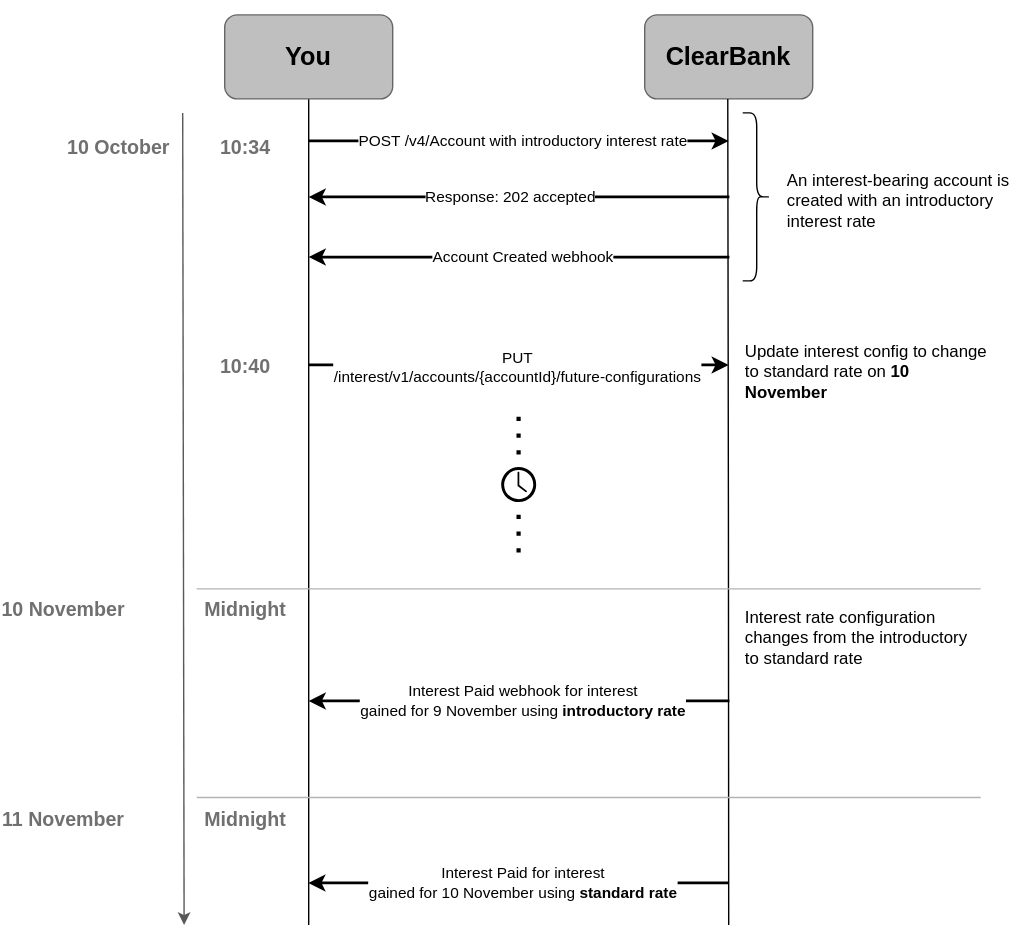
Earlier version of the draw.io export static/assets/images/savings-account-introductory-rate.svg (clearbank/clearbank.github.io). Source tidied: cells renumbered, new cells last; positions are measured from the earlier drawing's top-left corner, leaving out a move shared by most shapes.
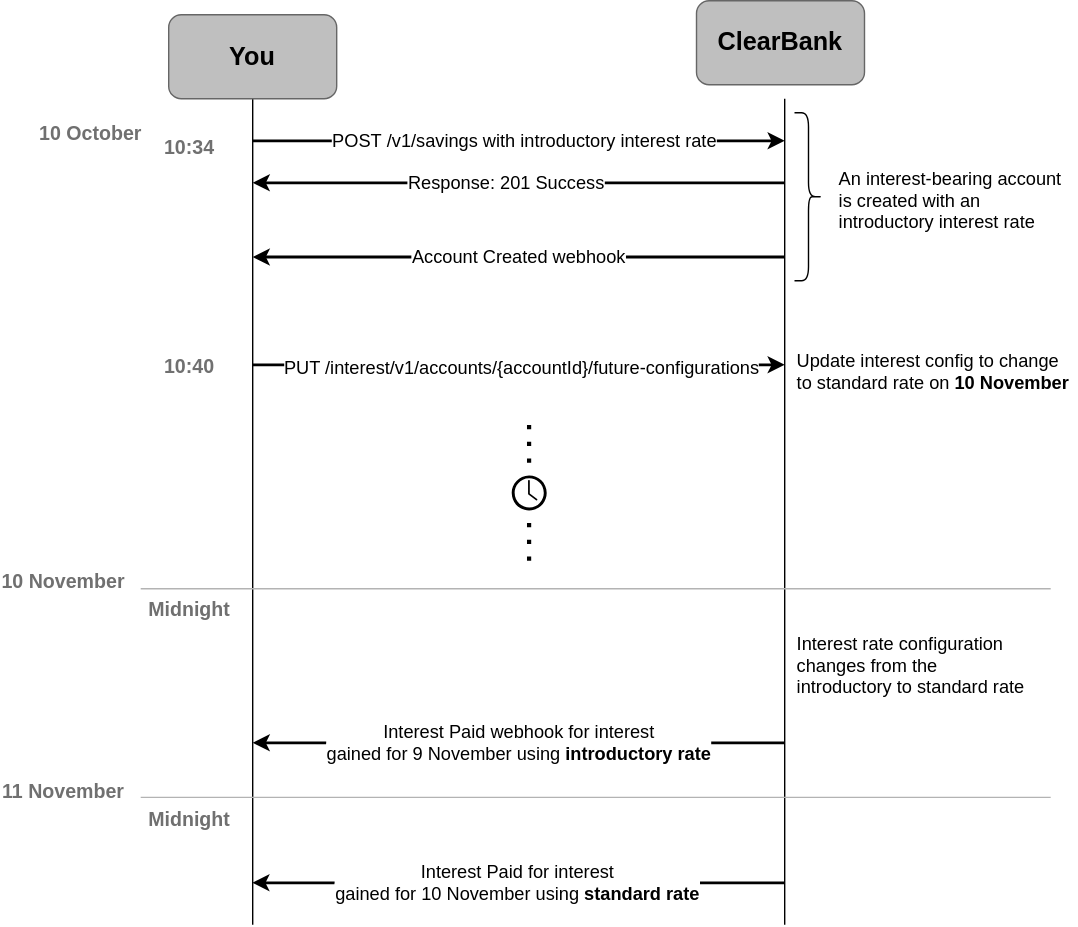
The same file after the commit.

Change to the diagram source:
```diff
@@ -2,154 +2,148 @@
   <root>
     <mxCell id="0" />
     <mxCell id="1" parent="0" />
-    <mxCell id="2" style="endArrow=classic;html=1;rounded=0;fontColor=#999999;strokeColor=#595959;" parent="1" edge="1">
-      <mxGeometry relative="1" as="geometry">
-        <mxPoint x="130" y="80" as="sourcePoint" />
-        <mxPoint x="131" y="660" as="targetPoint" />
-      </mxGeometry>
-    </mxCell>
     <mxCell id="3" value="ClearBank" style="rounded=1;whiteSpace=wrap;html=1;strokeColor=#666666;fillColor=#BFBFBF;gradientColor=none;fontFamily=Arial;fontStyle=1;fontSize=18;" parent="1" vertex="1">
-      <mxGeometry x="460" y="10" width="120" height="60" as="geometry" />
+      <mxGeometry x="506" width="120" height="60" as="geometry" />
     </mxCell>
     <mxCell id="4" style="endArrow=classic;html=1;rounded=0;strokeWidth=2;fontFamily=Arial;" parent="1" edge="1">
       <mxGeometry relative="1" as="geometry">
-        <mxPoint x="520.5" y="183" as="sourcePoint" />
-        <mxPoint x="220" y="183" as="targetPoint" />
+        <mxPoint x="569" y="183" as="sourcePoint" />
+        <mxPoint x="189" y="183" as="targetPoint" />
       </mxGeometry>
     </mxCell>
-    <mxCell id="5" value="&lt;div&gt;&lt;span style=&quot;background-color: light-dark(#ffffff, var(--ge-dark-color, #121212)); color: light-dark(rgb(0, 0, 0), rgb(255, 255, 255));&quot;&gt;Account Created webhook&lt;/span&gt;&lt;/div&gt;" style="edgeLabel;html=1;align=center;verticalAlign=middle;fontFamily=Arial;" parent="4" vertex="1">
+    <mxCell id="5" value="&lt;div style=&quot;font-size: 13px;&quot;&gt;&lt;span style=&quot;background-color: light-dark(#ffffff, var(--ge-dark-color, #121212)); color: light-dark(rgb(0, 0, 0), rgb(255, 255, 255)); font-size: 13px;&quot;&gt;Account Created webhook&lt;/span&gt;&lt;/div&gt;" style="edgeLabel;html=1;align=center;verticalAlign=middle;fontFamily=Arial;fontSize=13;" parent="4" vertex="1">
       <mxGeometry x="0.09" y="-1" relative="1" as="geometry">
         <mxPoint x="15" as="offset" />
       </mxGeometry>
     </mxCell>
     <mxCell id="6" style="edgeStyle=orthogonalEdgeStyle;rounded=0;orthogonalLoop=1;jettySize=auto;html=1;endArrow=none;endFill=0;fontFamily=Arial;" parent="1" edge="1">
       <mxGeometry relative="1" as="geometry">
-        <mxPoint x="519.3" y="70" as="sourcePoint" />
-        <mxPoint x="520" y="660" as="targetPoint" />
+        <mxPoint x="569" y="70" as="sourcePoint" />
+        <mxPoint x="569" y="660" as="targetPoint" />
       </mxGeometry>
     </mxCell>
     <mxCell id="7" style="edgeStyle=orthogonalEdgeStyle;rounded=0;jettySize=auto;html=1;endArrow=none;endFill=0;fontFamily=Arial;" parent="1" edge="1" source="8">
       <mxGeometry relative="1" as="geometry">
-        <mxPoint x="220" y="660" as="targetPoint" />
+        <mxPoint x="189" y="660" as="targetPoint" />
       </mxGeometry>
     </mxCell>
     <mxCell id="8" value="You" style="rounded=1;whiteSpace=wrap;html=1;strokeColor=#666666;fillColor=#BFBFBF;gradientColor=none;fontFamily=Arial;fontStyle=1;fontSize=18;" parent="1" vertex="1">
-      <mxGeometry x="160" y="10" width="120" height="60" as="geometry" />
+      <mxGeometry x="129" y="10" width="120" height="60" as="geometry" />
     </mxCell>
     <mxCell id="9" style="rounded=0;whiteSpace=wrap;html=1;strokeColor=none;fillColor=none;fontFamily=Arial;" parent="1" vertex="1">
-      <mxGeometry x="310" width="120" height="10" as="geometry" />
+      <mxGeometry x="279" width="120" height="10" as="geometry" />
     </mxCell>
     <mxCell id="10" style="endArrow=classic;html=1;rounded=0;strokeWidth=2;fontFamily=Arial;" parent="1" edge="1">
       <mxGeometry relative="1" as="geometry">
-        <mxPoint x="220" y="100" as="sourcePoint" />
-        <mxPoint x="520" y="100" as="targetPoint" />
+        <mxPoint x="189" y="100" as="sourcePoint" />
+        <mxPoint x="569" y="100" as="targetPoint" />
       </mxGeometry>
     </mxCell>
-    <mxCell id="11" value="&lt;span style=&quot;font-family: Arial;&quot;&gt;POST&amp;nbsp;&lt;/span&gt;&lt;span style=&quot;font-family: Arial;&quot;&gt;/v4/Account&amp;nbsp;&lt;/span&gt;&lt;span style=&quot;font-family: Arial;&quot;&gt;with introductory interest rate&lt;/span&gt;" style="edgeLabel;html=1;align=center;verticalAlign=middle;" parent="10" vertex="1">
+    <mxCell id="11" value="&lt;span style=&quot;font-family: Arial; font-size: 13px;&quot;&gt;POST&amp;nbsp;&lt;/span&gt;&lt;span style=&quot;font-family: Arial; font-size: 13px;&quot;&gt;/v1/savings&amp;nbsp;&lt;/span&gt;&lt;span style=&quot;font-family: Arial; font-size: 13px;&quot;&gt;with introductory interest rate&lt;/span&gt;" style="edgeLabel;html=1;align=center;verticalAlign=middle;fontSize=13;" parent="10" vertex="1">
       <mxGeometry x="0.02" y="1" relative="1" as="geometry" />
     </mxCell>
     <mxCell id="12" style="endArrow=classic;html=1;rounded=0;strokeWidth=2;fontFamily=Arial;" parent="1" edge="1">
       <mxGeometry relative="1" as="geometry">
-        <mxPoint x="520.5" y="140" as="sourcePoint" />
-        <mxPoint x="220" y="140" as="targetPoint" />
+        <mxPoint x="569" y="130" as="sourcePoint" />
+        <mxPoint x="189" y="130" as="targetPoint" />
       </mxGeometry>
     </mxCell>
-    <mxCell id="13" value="Response: 202 accepted" style="edgeLabel;html=1;align=center;verticalAlign=middle;fontFamily=Arial;" parent="12" vertex="1">
+    <mxCell id="13" value="Response: 201 Success" style="edgeLabel;html=1;align=center;verticalAlign=middle;fontFamily=Arial;fontSize=13;" parent="12" vertex="1">
       <mxGeometry x="0.09" y="-1" relative="1" as="geometry">
         <mxPoint x="6" as="offset" />
       </mxGeometry>
     </mxCell>
     <mxCell id="14" style="endArrow=classic;html=1;rounded=0;strokeWidth=2;fontFamily=Arial;" parent="1" edge="1">
       <mxGeometry relative="1" as="geometry">
-        <mxPoint x="220" y="260" as="sourcePoint" />
-        <mxPoint x="520" y="260" as="targetPoint" />
+        <mxPoint x="189" y="260" as="sourcePoint" />
+        <mxPoint x="569" y="260" as="targetPoint" />
       </mxGeometry>
     </mxCell>
-    <mxCell id="15" value="PUT&lt;div style=&quot;font-size: 11px;&quot;&gt;/interest/v1/accounts/{accountId}/future-configurations&lt;/div&gt;" style="edgeLabel;html=1;align=center;verticalAlign=middle;fontFamily=Arial;fontSize=11;" parent="14" vertex="1">
+    <mxCell id="15" value="PUT /interest/v1/accounts/{accountId}/future-configurations" style="edgeLabel;html=1;align=center;verticalAlign=middle;fontFamily=Arial;fontSize=13;" parent="14" vertex="1">
       <mxGeometry x="0.09" y="-1" relative="1" as="geometry">
         <mxPoint x="-15" as="offset" />
       </mxGeometry>
     </mxCell>
     <mxCell id="16" value="10 October" style="text;html=1;align=center;verticalAlign=middle;whiteSpace=wrap;rounded=0;fontStyle=1;fontColor=#707070;fontSize=14;" parent="1" vertex="1">
-      <mxGeometry x="40" y="90" width="89" height="30" as="geometry" />
+      <mxGeometry x="29" y="80" width="89" height="30" as="geometry" />
     </mxCell>
     <mxCell id="17" value="10:34" style="text;html=1;align=center;verticalAlign=middle;whiteSpace=wrap;rounded=0;fontStyle=1;fontColor=#707070;fontSize=14;" parent="1" vertex="1">
-      <mxGeometry x="140" y="90" width="70" height="30" as="geometry" />
+      <mxGeometry x="109" y="90" width="70" height="30" as="geometry" />
     </mxCell>
     <mxCell id="18" value="10:40" style="text;html=1;align=center;verticalAlign=middle;whiteSpace=wrap;rounded=0;fontStyle=1;fontColor=#707070;fontSize=14;" parent="1" vertex="1">
-      <mxGeometry x="140" y="246" width="70" height="30" as="geometry" />
+      <mxGeometry x="109" y="246" width="70" height="30" as="geometry" />
     </mxCell>
     <mxCell id="19" style="sketch=0;shadow=0;dashed=0;html=1;strokeColor=none;fillColor=#000000;labelPosition=center;verticalLabelPosition=bottom;verticalAlign=top;align=center;shape=mxgraph.office.concepts.clock;strokeWidth=0;" parent="1" vertex="1">
-      <mxGeometry x="357.5" y="333" width="25" height="25" as="geometry" />
+      <mxGeometry x="374" y="339" width="25" height="25" as="geometry" />
     </mxCell>
     <mxCell id="20" style="endArrow=none;dashed=1;html=1;dashPattern=1 3;strokeWidth=3;rounded=0;fontSize=11;" parent="1" edge="1">
       <mxGeometry relative="1" as="geometry">
-        <mxPoint x="369.9" y="394" as="sourcePoint" />
-        <mxPoint x="369.9" y="364" as="targetPoint" />
+        <mxPoint x="386.4" y="400" as="sourcePoint" />
+        <mxPoint x="386.4" y="370" as="targetPoint" />
       </mxGeometry>
     </mxCell>
     <mxCell id="21" style="endArrow=none;dashed=1;html=1;dashPattern=1 3;strokeWidth=3;rounded=0;fontSize=11;" parent="1" edge="1">
       <mxGeometry relative="1" as="geometry">
-        <mxPoint x="369.9" y="324" as="sourcePoint" />
-        <mxPoint x="369.9" y="294" as="targetPoint" />
+        <mxPoint x="386.4" y="330" as="sourcePoint" />
+        <mxPoint x="386.4" y="300" as="targetPoint" />
       </mxGeometry>
     </mxCell>
     <mxCell id="22" value="10 November" style="text;html=1;align=center;verticalAlign=middle;whiteSpace=wrap;rounded=0;fontStyle=1;fontColor=#707070;fontSize=14;" parent="1" vertex="1">
-      <mxGeometry y="420" width="90" height="30" as="geometry" />
+      <mxGeometry x="9" y="400" width="90" height="30" as="geometry" />
     </mxCell>
     <mxCell id="23" value="Midnight" style="text;html=1;align=center;verticalAlign=middle;whiteSpace=wrap;rounded=0;fontStyle=1;fontColor=#707070;fontSize=14;" parent="1" vertex="1">
-      <mxGeometry x="140" y="420" width="70" height="30" as="geometry" />
+      <mxGeometry x="109" y="420" width="70" height="30" as="geometry" />
     </mxCell>
-    <mxCell id="24" value="An interest-bearing account is created with an introductory interest rate" style="text;html=1;align=left;verticalAlign=middle;whiteSpace=wrap;rounded=0;" parent="1" vertex="1">
-      <mxGeometry x="560" y="103" width="170" height="80" as="geometry" />
+    <mxCell id="24" value="An interest-bearing account is created with an introductory interest rate" style="text;html=1;align=left;verticalAlign=middle;whiteSpace=wrap;rounded=0;fontSize=13;" parent="1" vertex="1">
+      <mxGeometry x="606" y="103" width="170" height="80" as="geometry" />
     </mxCell>
-    <mxCell id="25" value="Update interest config to change to standard rate on &lt;b&gt;10 November&lt;/b&gt;" style="text;html=1;align=left;verticalAlign=middle;whiteSpace=wrap;rounded=0;" parent="1" vertex="1">
-      <mxGeometry x="530" y="250" width="180" height="30" as="geometry" />
+    <mxCell id="25" value="Update interest config to change to standard rate on &lt;b style=&quot;font-size: 13px;&quot;&gt;10 November&lt;/b&gt;" style="text;html=1;align=left;verticalAlign=middle;whiteSpace=wrap;rounded=0;fontSize=13;" parent="1" vertex="1">
+      <mxGeometry x="576" y="250" width="203" height="30" as="geometry" />
     </mxCell>
-    <mxCell id="26" value="Interest rate configuration changes from the introductory to standard rate" style="text;html=1;align=left;verticalAlign=middle;whiteSpace=wrap;rounded=0;" parent="1" vertex="1">
-      <mxGeometry x="530" y="440" width="163" height="30" as="geometry" />
+    <mxCell id="26" value="Interest rate configuration changes from the introductory to standard rate" style="text;html=1;align=left;verticalAlign=middle;whiteSpace=wrap;rounded=0;fontSize=13;" parent="1" vertex="1">
+      <mxGeometry x="576" y="460" width="173" height="30" as="geometry" />
     </mxCell>
     <mxCell id="27" style="endArrow=classic;html=1;rounded=0;strokeWidth=2;fontFamily=Arial;" parent="1" edge="1">
       <mxGeometry relative="1" as="geometry">
-        <mxPoint x="520.5" y="500" as="sourcePoint" />
-        <mxPoint x="220" y="500" as="targetPoint" />
+        <mxPoint x="569" y="530" as="sourcePoint" />
+        <mxPoint x="189" y="530" as="targetPoint" />
       </mxGeometry>
     </mxCell>
-    <mxCell id="28" value="&lt;div&gt;&lt;span style=&quot;background-color: light-dark(#ffffff, var(--ge-dark-color, #121212)); color: light-dark(rgb(0, 0, 0), rgb(255, 255, 255));&quot;&gt;Interest Paid webhook&amp;nbsp;&lt;/span&gt;&lt;span style=&quot;color: light-dark(rgb(0, 0, 0), rgb(255, 255, 255)); background-color: light-dark(#ffffff, var(--ge-dark-color, #121212));&quot;&gt;for interest&lt;/span&gt;&lt;/div&gt;&lt;div&gt;&lt;span style=&quot;color: light-dark(rgb(0, 0, 0), rgb(255, 255, 255)); background-color: light-dark(#ffffff, var(--ge-dark-color, #121212));&quot;&gt;gained for 9 November&amp;nbsp;&lt;/span&gt;&lt;span style=&quot;color: light-dark(rgb(0, 0, 0), rgb(255, 255, 255)); background-color: light-dark(#ffffff, var(--ge-dark-color, #121212));&quot;&gt;using &lt;/span&gt;&lt;b style=&quot;color: light-dark(rgb(0, 0, 0), rgb(255, 255, 255));&quot;&gt;introductory rate&lt;/b&gt;&lt;/div&gt;" style="edgeLabel;html=1;align=center;verticalAlign=middle;fontFamily=Arial;" parent="27" vertex="1">
+    <mxCell id="28" value="&lt;div style=&quot;font-size: 13px;&quot;&gt;&lt;span style=&quot;background-color: light-dark(#ffffff, var(--ge-dark-color, #121212)); color: light-dark(rgb(0, 0, 0), rgb(255, 255, 255)); font-size: 13px;&quot;&gt;Interest Paid webhook&amp;nbsp;&lt;/span&gt;&lt;span style=&quot;color: light-dark(rgb(0, 0, 0), rgb(255, 255, 255)); background-color: light-dark(#ffffff, var(--ge-dark-color, #121212)); font-size: 13px;&quot;&gt;for interest&lt;/span&gt;&lt;/div&gt;&lt;div style=&quot;font-size: 13px;&quot;&gt;&lt;span style=&quot;color: light-dark(rgb(0, 0, 0), rgb(255, 255, 255)); background-color: light-dark(#ffffff, var(--ge-dark-color, #121212)); font-size: 13px;&quot;&gt;gained for 9 November&amp;nbsp;&lt;/span&gt;&lt;span style=&quot;color: light-dark(rgb(0, 0, 0), rgb(255, 255, 255)); background-color: light-dark(#ffffff, var(--ge-dark-color, #121212)); font-size: 13px;&quot;&gt;using &lt;/span&gt;&lt;b style=&quot;color: light-dark(rgb(0, 0, 0), rgb(255, 255, 255)); font-size: 13px;&quot;&gt;introductory rate&lt;/b&gt;&lt;/div&gt;" style="edgeLabel;html=1;align=center;verticalAlign=middle;fontFamily=Arial;fontSize=13;" parent="27" vertex="1">
       <mxGeometry x="0.09" y="-1" relative="1" as="geometry">
         <mxPoint x="15" as="offset" />
       </mxGeometry>
     </mxCell>
     <mxCell id="29" style="shape=curlyBracket;whiteSpace=wrap;html=1;rounded=1;flipH=1;labelPosition=right;verticalLabelPosition=middle;align=left;verticalAlign=middle;" parent="1" vertex="1">
-      <mxGeometry x="530" y="80" width="20" height="120" as="geometry" />
+      <mxGeometry x="576" y="80" width="20" height="120" as="geometry" />
     </mxCell>
     <mxCell id="30" value="11 November" style="text;html=1;align=center;verticalAlign=middle;whiteSpace=wrap;rounded=0;fontStyle=1;fontColor=#707070;fontSize=14;" parent="1" vertex="1">
-      <mxGeometry y="570" width="90" height="30" as="geometry" />
+      <mxGeometry x="9" y="550" width="90" height="30" as="geometry" />
     </mxCell>
     <mxCell id="31" value="Midnight" style="text;html=1;align=center;verticalAlign=middle;whiteSpace=wrap;rounded=0;fontStyle=1;fontColor=#707070;fontSize=14;" parent="1" vertex="1">
-      <mxGeometry x="140" y="570" width="70" height="30" as="geometry" />
+      <mxGeometry x="109" y="570" width="70" height="30" as="geometry" />
     </mxCell>
     <mxCell id="32" style="endArrow=classic;html=1;rounded=0;strokeWidth=2;fontFamily=Arial;" parent="1" edge="1">
       <mxGeometry relative="1" as="geometry">
-        <mxPoint x="520.2" y="630" as="sourcePoint" />
-        <mxPoint x="219.8" y="630" as="targetPoint" />
+        <mxPoint x="569" y="630" as="sourcePoint" />
+        <mxPoint x="188.8" y="630" as="targetPoint" />
       </mxGeometry>
     </mxCell>
-    <mxCell id="33" value="&lt;div&gt;&lt;span style=&quot;background-color: light-dark(#ffffff, var(--ge-dark-color, #121212)); color: light-dark(rgb(0, 0, 0), rgb(255, 255, 255));&quot;&gt;Interest Paid for interest&lt;/span&gt;&lt;/div&gt;&lt;div&gt;&lt;span style=&quot;background-color: light-dark(#ffffff, var(--ge-dark-color, #121212)); color: light-dark(rgb(0, 0, 0), rgb(255, 255, 255));&quot;&gt;gained for 10 November&lt;/span&gt;&lt;span style=&quot;background-color: light-dark(#ffffff, var(--ge-dark-color, #121212)); color: light-dark(rgb(0, 0, 0), rgb(255, 255, 255));&quot;&gt;&amp;nbsp;using&amp;nbsp;&lt;/span&gt;&lt;b style=&quot;color: light-dark(rgb(0, 0, 0), rgb(255, 255, 255));&quot;&gt;standard rate&lt;/b&gt;&lt;/div&gt;" style="edgeLabel;html=1;align=center;verticalAlign=middle;fontFamily=Arial;" parent="32" vertex="1">
+    <mxCell id="33" value="&lt;div style=&quot;font-size: 13px;&quot;&gt;&lt;span style=&quot;background-color: light-dark(#ffffff, var(--ge-dark-color, #121212)); color: light-dark(rgb(0, 0, 0), rgb(255, 255, 255)); font-size: 13px;&quot;&gt;Interest Paid for interest&lt;/span&gt;&lt;/div&gt;&lt;div style=&quot;font-size: 13px;&quot;&gt;&lt;span style=&quot;background-color: light-dark(#ffffff, var(--ge-dark-color, #121212)); color: light-dark(rgb(0, 0, 0), rgb(255, 255, 255)); font-size: 13px;&quot;&gt;gained for 10 November&lt;/span&gt;&lt;span style=&quot;background-color: light-dark(#ffffff, var(--ge-dark-color, #121212)); color: light-dark(rgb(0, 0, 0), rgb(255, 255, 255)); font-size: 13px;&quot;&gt;&amp;nbsp;using&amp;nbsp;&lt;/span&gt;&lt;b style=&quot;color: light-dark(rgb(0, 0, 0), rgb(255, 255, 255)); font-size: 13px;&quot;&gt;standard rate&lt;/b&gt;&lt;/div&gt;" style="edgeLabel;html=1;align=center;verticalAlign=middle;fontFamily=Arial;fontSize=13;" parent="32" vertex="1">
       <mxGeometry x="0.09" y="-1" relative="1" as="geometry">
         <mxPoint x="15" as="offset" />
       </mxGeometry>
     </mxCell>
     <mxCell id="34" style="endArrow=none;html=1;rounded=0;fontColor=#B3B3B3;strokeColor=#B3B3B3;" parent="1" edge="1">
       <mxGeometry relative="1" as="geometry">
-        <mxPoint x="140" y="420" as="sourcePoint" />
-        <mxPoint x="700" y="420" as="targetPoint" />
+        <mxPoint x="109" y="420" as="sourcePoint" />
+        <mxPoint x="759" y="420" as="targetPoint" />
       </mxGeometry>
     </mxCell>
     <mxCell id="35" style="endArrow=none;html=1;rounded=0;fontColor=#B3B3B3;strokeColor=#B3B3B3;" parent="1" edge="1">
       <mxGeometry relative="1" as="geometry">
-        <mxPoint x="140" y="569" as="sourcePoint" />
-        <mxPoint x="700" y="569" as="targetPoint" />
+        <mxPoint x="109" y="569" as="sourcePoint" />
+        <mxPoint x="759" y="569" as="targetPoint" />
       </mxGeometry>
     </mxCell>
   </root>
```
